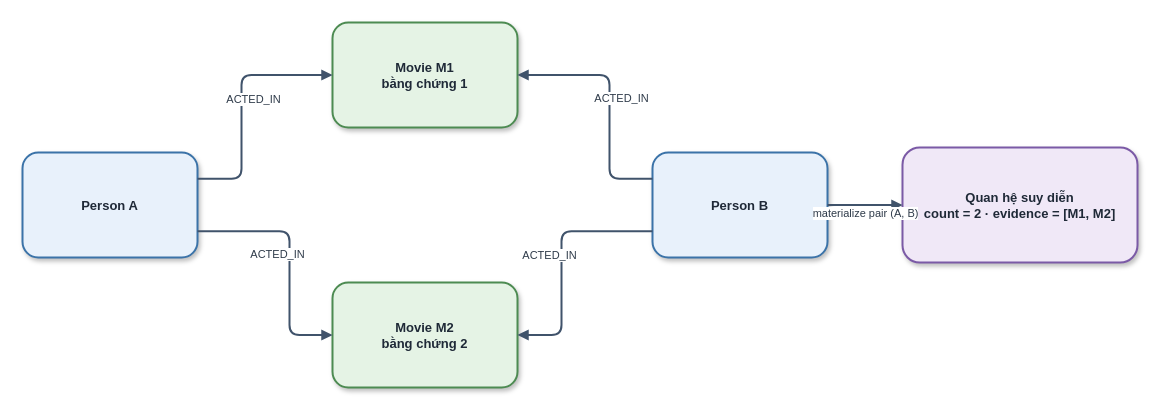
Above: report_latex/images/sources/costar_reasoning.drawio in khanhhk/advanced_database (draw.io), before the change. Source tidied: cells renumbered, new cells numbered last; positions are measured from the earlier drawing's top-left corner, leaving out a move shared by most shapes. Both pictures are drawn from the tidied source at 100%, with x=0, y=0 at pixel (22, 22).
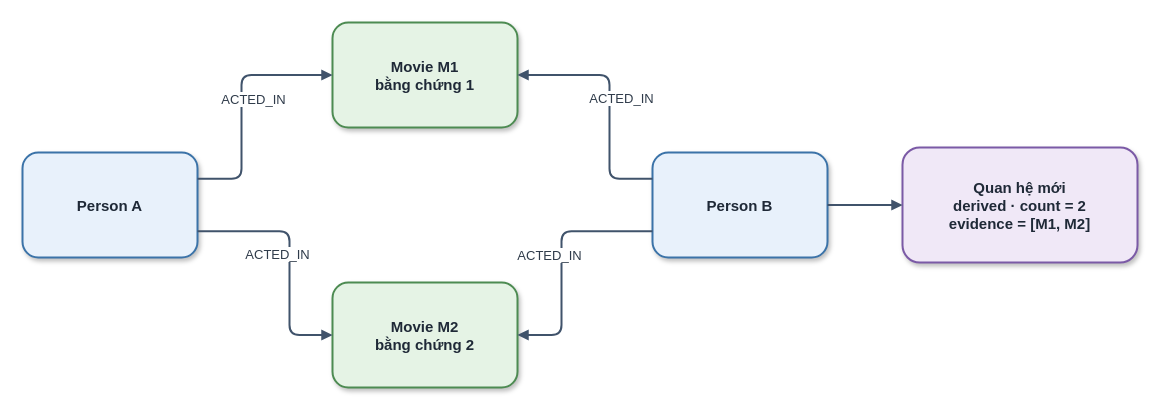
Above is the later version.

The edit, as a diff of the source:
```diff
@@
 <mxGraphModel>
   <root>
     <mxCell id="0" />
     <mxCell id="1" parent="0" />
-    <mxCell id="2" value="Person A" style="rounded=1;whiteSpace=wrap;html=1;fillColor=#E8F1FB;strokeColor=#3B73A8;strokeWidth=2;fontSize=13;fontColor=#1F2937;fontStyle=1;spacing=8;shadow=1;" parent="1" vertex="1">
+    <mxCell id="2" value="Person A" style="rounded=1;whiteSpace=wrap;html=1;fillColor=#E8F1FB;strokeColor=#3B73A8;strokeWidth=2;fontSize=15;fontColor=#1F2937;fontStyle=1;spacing=8;shadow=1;" parent="1" vertex="1">
       <mxGeometry y="130" width="175" height="105" as="geometry" />
     </mxCell>
-    <mxCell id="3" value="Movie M1&#10;bằng chứng 1" style="rounded=1;whiteSpace=wrap;html=1;fillColor=#E5F3E5;strokeColor=#4D8B52;strokeWidth=2;fontSize=13;fontColor=#1F2937;fontStyle=1;spacing=8;shadow=1;" parent="1" vertex="1">
+    <mxCell id="3" value="Movie M1&#10;bằng chứng 1" style="rounded=1;whiteSpace=wrap;html=1;fillColor=#E5F3E5;strokeColor=#4D8B52;strokeWidth=2;fontSize=15;fontColor=#1F2937;fontStyle=1;spacing=8;shadow=1;" parent="1" vertex="1">
       <mxGeometry x="310" width="185" height="105" as="geometry" />
     </mxCell>
-    <mxCell id="4" value="Movie M2&#10;bằng chứng 2" style="rounded=1;whiteSpace=wrap;html=1;fillColor=#E5F3E5;strokeColor=#4D8B52;strokeWidth=2;fontSize=13;fontColor=#1F2937;fontStyle=1;spacing=8;shadow=1;" parent="1" vertex="1">
+    <mxCell id="4" value="Movie M2&#10;bằng chứng 2" style="rounded=1;whiteSpace=wrap;html=1;fillColor=#E5F3E5;strokeColor=#4D8B52;strokeWidth=2;fontSize=15;fontColor=#1F2937;fontStyle=1;spacing=8;shadow=1;" parent="1" vertex="1">
       <mxGeometry x="310" y="260" width="185" height="105" as="geometry" />
     </mxCell>
-    <mxCell id="5" value="Person B" style="rounded=1;whiteSpace=wrap;html=1;fillColor=#E8F1FB;strokeColor=#3B73A8;strokeWidth=2;fontSize=13;fontColor=#1F2937;fontStyle=1;spacing=8;shadow=1;" parent="1" vertex="1">
+    <mxCell id="5" value="Person B" style="rounded=1;whiteSpace=wrap;html=1;fillColor=#E8F1FB;strokeColor=#3B73A8;strokeWidth=2;fontSize=15;fontColor=#1F2937;fontStyle=1;spacing=8;shadow=1;" parent="1" vertex="1">
       <mxGeometry x="630" y="130" width="175" height="105" as="geometry" />
     </mxCell>
-    <mxCell id="6" value="Quan hệ suy diễn&#10;count = 2 · evidence = [M1, M2]" style="rounded=1;whiteSpace=wrap;html=1;fillColor=#F0E8F7;strokeColor=#7B5AA6;strokeWidth=2;fontSize=13;fontColor=#1F2937;fontStyle=1;spacing=8;shadow=1;" parent="1" vertex="1">
+    <mxCell id="6" value="Quan hệ mới&#10;derived · count = 2&#10;evidence = [M1, M2]" style="rounded=1;whiteSpace=wrap;html=1;fillColor=#F0E8F7;strokeColor=#7B5AA6;strokeWidth=2;fontSize=15;fontColor=#1F2937;fontStyle=1;spacing=8;shadow=1;" parent="1" vertex="1">
       <mxGeometry x="880" y="125" width="235" height="115" as="geometry" />
     </mxCell>
-    <mxCell id="7" value="ACTED_IN" style="edgeStyle=orthogonalEdgeStyle;rounded=1;jettySize=auto;html=1;endArrow=block;endFill=1;strokeColor=#40536B;strokeWidth=2;fontSize=11;fontColor=#2F3B4A;labelBackgroundColor=#FFFFFF;spacingBottom=8;exitX=1;exitY=0.25;exitDx=0;exitDy=0;entryX=0;entryY=0.5;entryDx=0;entryDy=0;" parent="1" edge="1" source="2" target="3">
+    <mxCell id="7" value="ACTED_IN" style="edgeStyle=orthogonalEdgeStyle;rounded=1;jettySize=auto;html=1;endArrow=block;endFill=1;strokeColor=#40536B;strokeWidth=2;fontSize=13;fontColor=#2F3B4A;labelBackgroundColor=#FFFFFF;spacingBottom=8;exitX=1;exitY=0.25;exitDx=0;exitDy=0;entryX=0;entryY=0.5;entryDx=0;entryDy=0;" parent="1" edge="1" source="2" target="3">
       <mxGeometry y="-12" relative="1" as="geometry">
         <Array as="points">
           <mxPoint x="219" y="156" />
           <mxPoint x="219" y="52" />
         </Array>
       </mxGeometry>
     </mxCell>
-    <mxCell id="8" value="ACTED_IN" style="edgeStyle=orthogonalEdgeStyle;rounded=1;jettySize=auto;html=1;endArrow=block;endFill=1;strokeColor=#40536B;strokeWidth=2;fontSize=11;fontColor=#2F3B4A;labelBackgroundColor=#FFFFFF;spacingBottom=8;exitX=1;exitY=0.75;exitDx=0;exitDy=0;entryX=0;entryY=0.5;entryDx=0;entryDy=0;" parent="1" edge="1" source="2" target="4">
+    <mxCell id="8" value="ACTED_IN" style="edgeStyle=orthogonalEdgeStyle;rounded=1;jettySize=auto;html=1;endArrow=block;endFill=1;strokeColor=#40536B;strokeWidth=2;fontSize=13;fontColor=#2F3B4A;labelBackgroundColor=#FFFFFF;spacingBottom=8;exitX=1;exitY=0.75;exitDx=0;exitDy=0;entryX=0;entryY=0.5;entryDx=0;entryDy=0;" parent="1" edge="1" source="2" target="4">
       <mxGeometry y="-12" relative="1" as="geometry">
         <Array as="points">
           <mxPoint x="267" y="209" />
           <mxPoint x="267" y="312" />
         </Array>
       </mxGeometry>
     </mxCell>
-    <mxCell id="9" value="ACTED_IN" style="edgeStyle=orthogonalEdgeStyle;rounded=1;jettySize=auto;html=1;endArrow=block;endFill=1;strokeColor=#40536B;strokeWidth=2;fontSize=11;fontColor=#2F3B4A;labelBackgroundColor=#FFFFFF;spacingBottom=8;exitX=0;exitY=0.25;exitDx=0;exitDy=0;entryX=1;entryY=0.5;entryDx=0;entryDy=0;" parent="1" edge="1" source="5" target="3">
+    <mxCell id="9" value="ACTED_IN" style="edgeStyle=orthogonalEdgeStyle;rounded=1;jettySize=auto;html=1;endArrow=block;endFill=1;strokeColor=#40536B;strokeWidth=2;fontSize=13;fontColor=#2F3B4A;labelBackgroundColor=#FFFFFF;spacingBottom=8;exitX=0;exitY=0.25;exitDx=0;exitDy=0;entryX=1;entryY=0.5;entryDx=0;entryDy=0;" parent="1" edge="1" source="5" target="3">
       <mxGeometry y="-12" relative="1" as="geometry">
         <Array as="points">
           <mxPoint x="587" y="156" />
           <mxPoint x="587" y="52" />
         </Array>
       </mxGeometry>
     </mxCell>
-    <mxCell id="10" value="ACTED_IN" style="edgeStyle=orthogonalEdgeStyle;rounded=1;jettySize=auto;html=1;endArrow=block;endFill=1;strokeColor=#40536B;strokeWidth=2;fontSize=11;fontColor=#2F3B4A;labelBackgroundColor=#FFFFFF;spacingBottom=8;exitX=0;exitY=0.75;exitDx=0;exitDy=0;entryX=1;entryY=0.5;entryDx=0;entryDy=0;" parent="1" edge="1" source="5" target="4">
+    <mxCell id="10" value="ACTED_IN" style="edgeStyle=orthogonalEdgeStyle;rounded=1;jettySize=auto;html=1;endArrow=block;endFill=1;strokeColor=#40536B;strokeWidth=2;fontSize=13;fontColor=#2F3B4A;labelBackgroundColor=#FFFFFF;spacingBottom=8;exitX=0;exitY=0.75;exitDx=0;exitDy=0;entryX=1;entryY=0.5;entryDx=0;entryDy=0;" parent="1" edge="1" source="5" target="4">
       <mxGeometry y="-12" relative="1" as="geometry">
         <Array as="points">
           <mxPoint x="539" y="209" />
           <mxPoint x="539" y="312" />
         </Array>
       </mxGeometry>
     </mxCell>
-    <mxCell id="11" value="materialize pair (A, B)" style="edgeStyle=orthogonalEdgeStyle;rounded=1;jettySize=auto;html=1;endArrow=block;endFill=1;strokeColor=#40536B;strokeWidth=2;fontSize=11;fontColor=#2F3B4A;labelBackgroundColor=#FFFFFF;spacingBottom=8;exitX=1;exitY=0.5;exitDx=0;exitDy=0;entryX=0;entryY=0.5;entryDx=0;entryDy=0;" parent="1" edge="1" source="5" target="6">
+    <mxCell id="11" style="edgeStyle=orthogonalEdgeStyle;rounded=1;jettySize=auto;html=1;endArrow=block;endFill=1;strokeColor=#40536B;strokeWidth=2;fontSize=13;fontColor=#2F3B4A;labelBackgroundColor=#FFFFFF;spacingBottom=8;exitX=1;exitY=0.5;exitDx=0;exitDy=0;entryX=0;entryY=0.5;entryDx=0;entryDy=0;" parent="1" edge="1" source="5" target="6">
       <mxGeometry y="-12" relative="1" as="geometry" />
     </mxCell>
   </root>
 </mxGraphModel>
```
